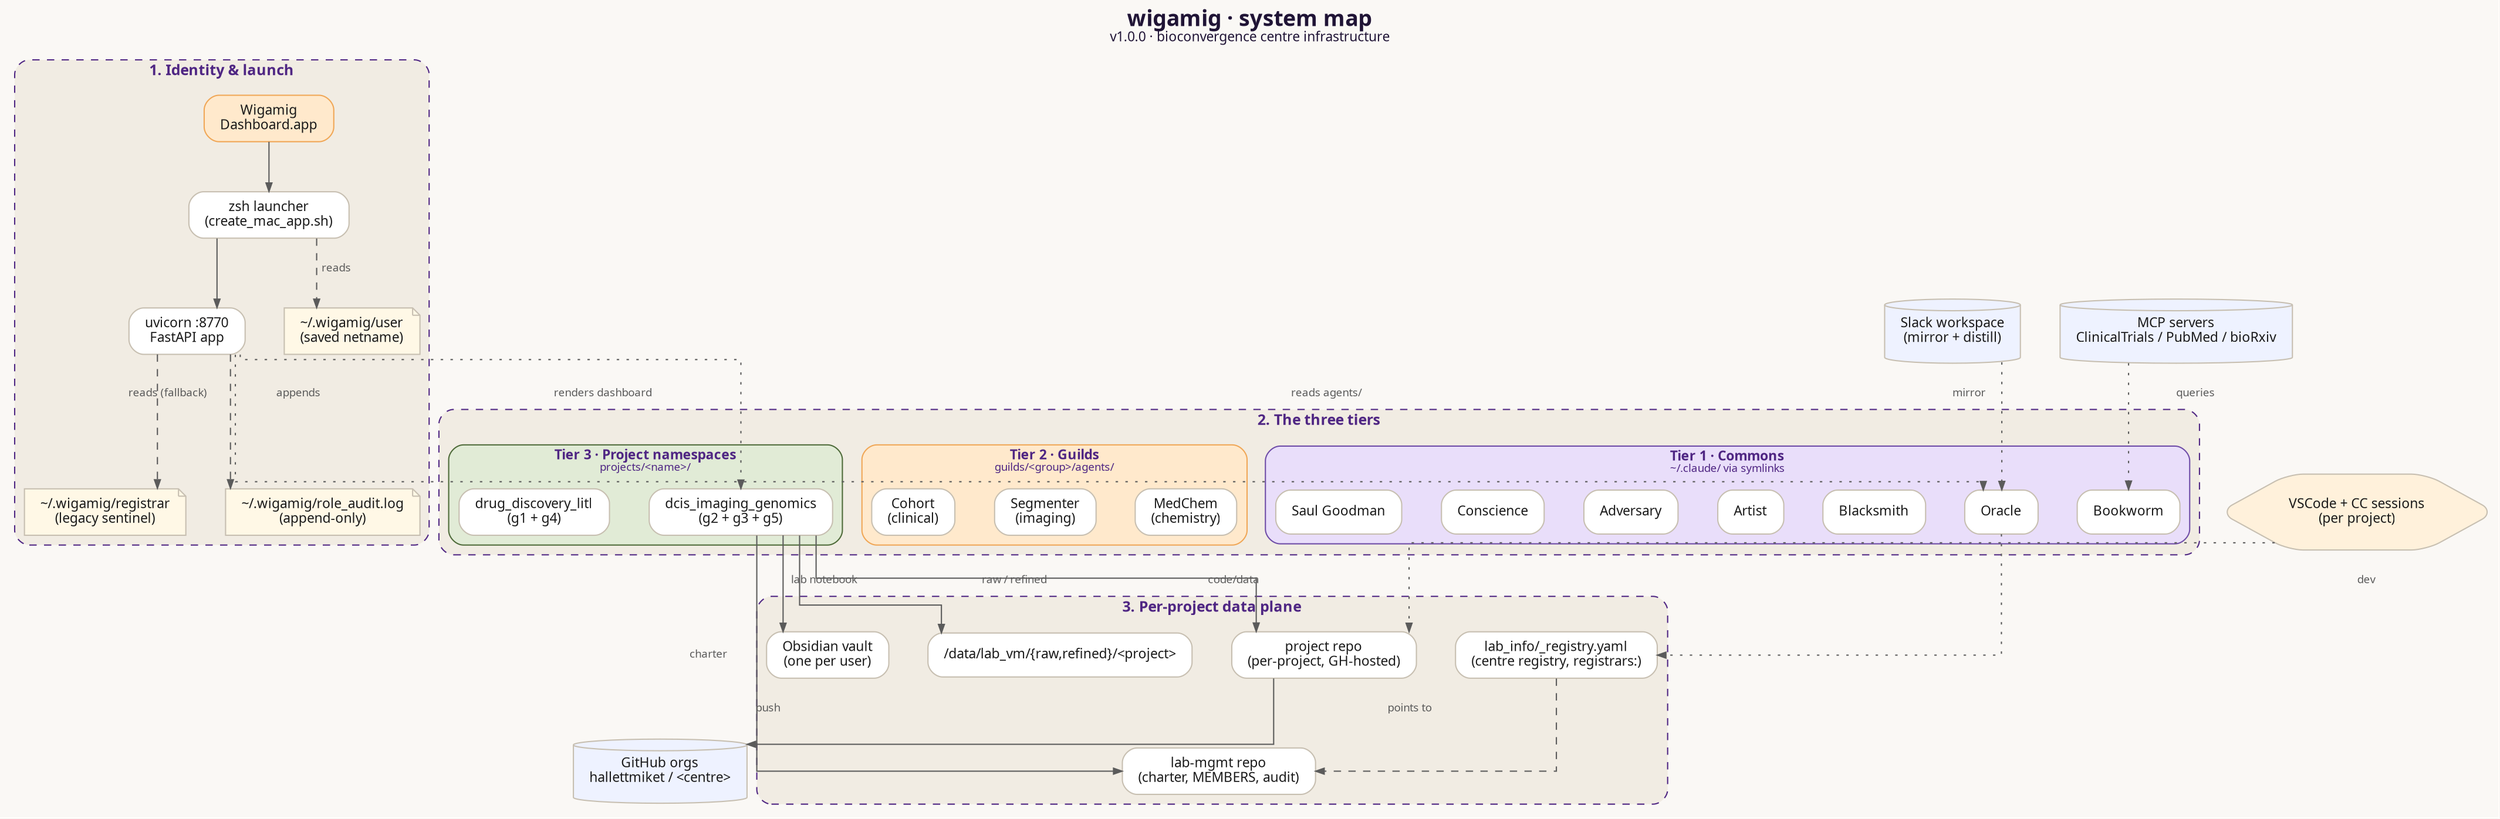
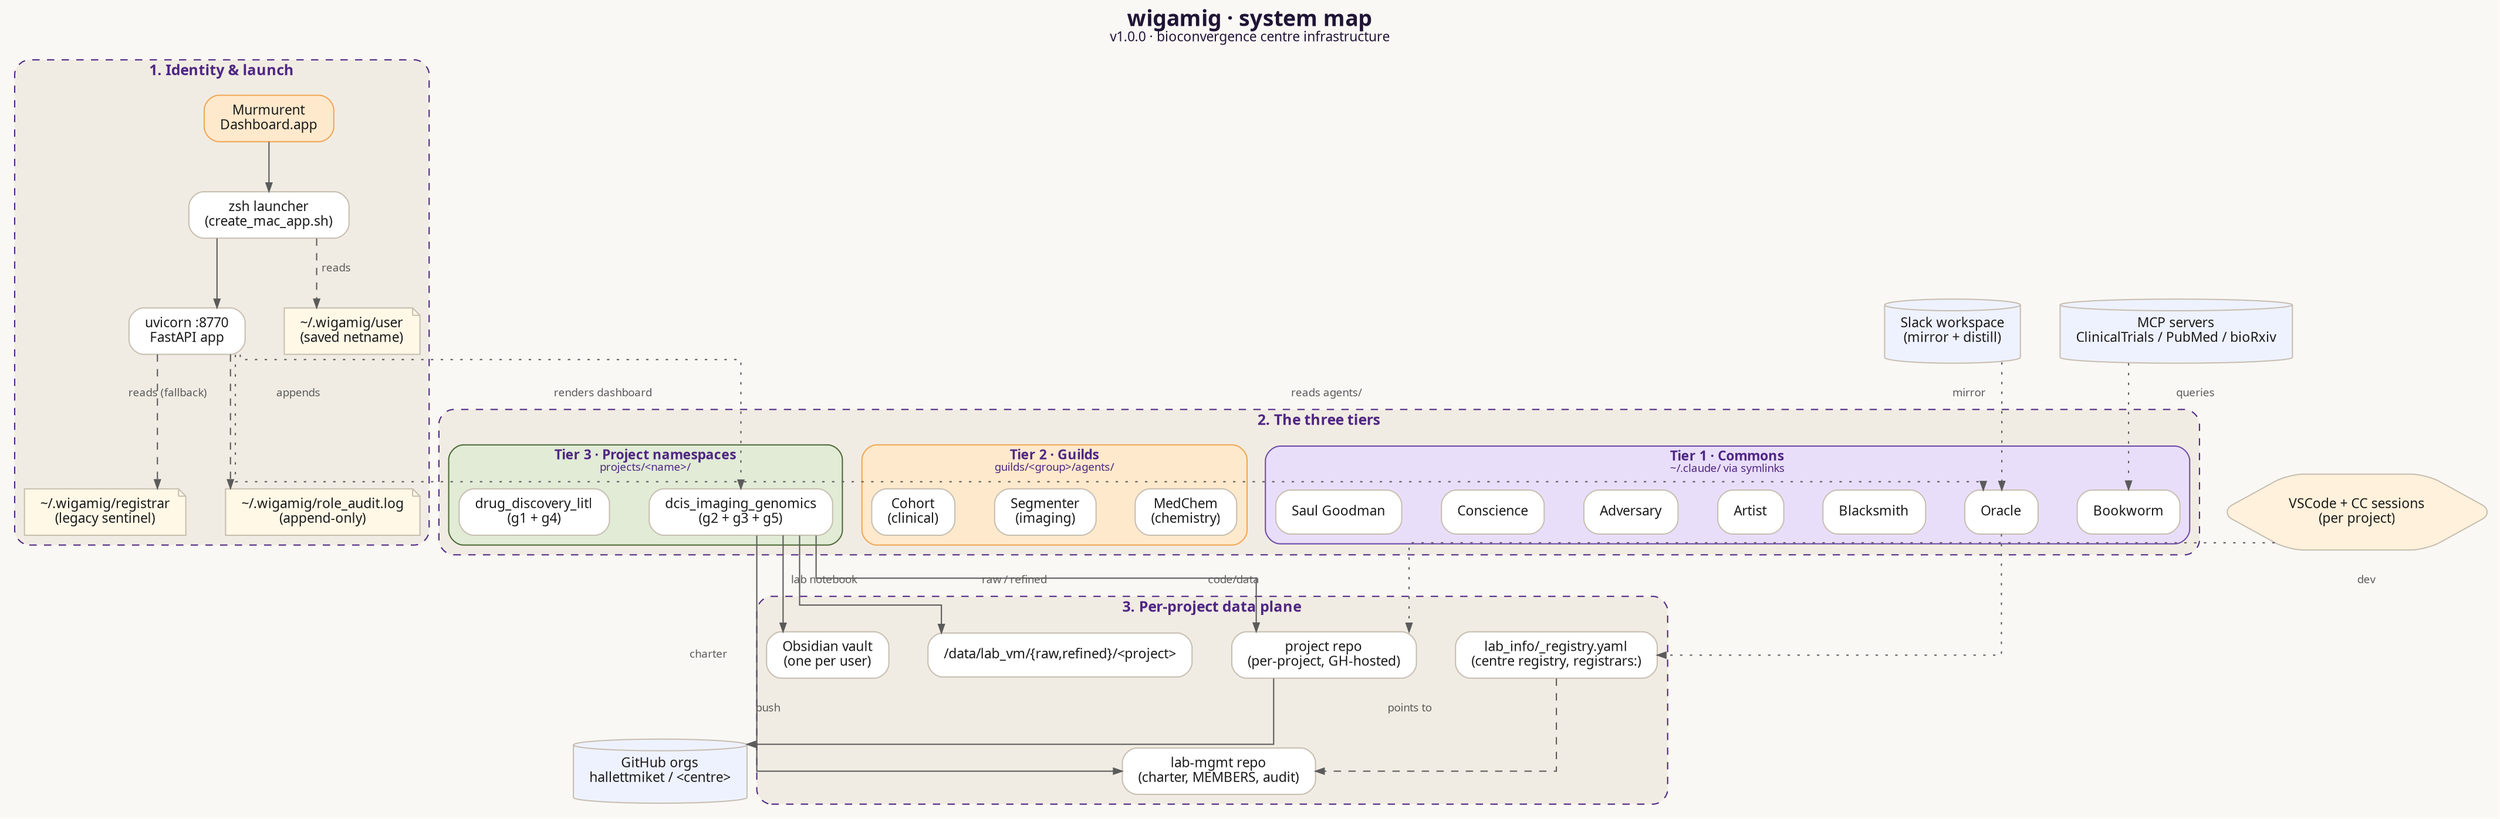
// Purpose: One-page system map of wigamig — identity & launch, the three
//          tiers (Commons / Guilds / Project namespaces), and the per-project
//          data plane. Companion to docs/diagrams/install_modes.dot which
//          drills into local-vs-biodatsci placement.
// Author:  Mike Hallett (with Claude Code)
// Date:    2026-05-13
// Render:  bash scripts/render_diagrams.sh

digraph wigamig_system_map {
  rankdir=TB;
  bgcolor="#FAF8F5";
  fontname="EB Garamond";
  labelloc="t";
  label=<<B>wigamig &middot; system map</B><BR/><FONT POINT-SIZE="11">v1.0.0 &middot; bioconvergence centre infrastructure</FONT>>;
  fontsize=18;
  fontcolor="#201436";
  splines=ortho;
  nodesep=0.45;
  ranksep=0.55;

  // Default node styling — squared-off, EB Garamond, Western purple/cream.
  node [
    shape=box,
    style="filled,rounded",
    fontname="EB Garamond",
    fontsize=11,
    fillcolor="#FFFFFF",
    color="#C7BFB1",
    fontcolor="#1A1A1A",
    margin="0.18,0.10",
  ];
  edge [
    color="#5B5B5B",
    fontname="Courier Prime",
    fontsize=9,
    fontcolor="#5B5B5B",
    arrowsize=0.7,
  ];

  // -----------------------------------------------------------------
  // Lane 1 — Identity & launch
  // -----------------------------------------------------------------
  subgraph cluster_launch {
    label=<<B>1. Identity &amp; launch</B>>;
    fontsize=12;
    fontcolor="#4F2683";
    color="#4F2683";
    style="rounded,dashed";
    bgcolor="#F1ECE3";

-     icon       [label="Wigamig\nDashboard.app",       fillcolor="#FFE9CC", color="#F0A757"];
+     icon       [label="Murmurent\nDashboard.app",       fillcolor="#FFE9CC", color="#F0A757"];
    launcher   [label="zsh launcher\n(create_mac_app.sh)"];
    uvicorn    [label="uvicorn :8770\nFastAPI app"];
    sentinel_user [label="~/.wigamig/user\n(saved netname)",     shape=note, fillcolor="#FFF8E6"];
    sentinel_reg  [label="~/.wigamig/registrar\n(legacy sentinel)", shape=note, fillcolor="#FFF8E6"];
    audit         [label="~/.wigamig/role_audit.log\n(append-only)", shape=note, fillcolor="#FFF8E6"];

    icon -> launcher -> uvicorn;
    launcher -> sentinel_user [style=dashed, label="reads"];
    uvicorn  -> audit         [style=dashed, label="appends"];
    uvicorn  -> sentinel_reg  [style=dashed, label="reads (fallback)"];
  }

  // -----------------------------------------------------------------
  // Lane 2 — Three tiers
  // -----------------------------------------------------------------
  subgraph cluster_tiers {
    label=<<B>2. The three tiers</B>>;
    fontsize=12;
    fontcolor="#4F2683";
    color="#4F2683";
    style="rounded,dashed";
    bgcolor="#F1ECE3";

    // Commons (Tier 1)
    subgraph cluster_commons {
      label=<<B>Tier 1 &middot; Commons</B><BR/><FONT POINT-SIZE="9">~/.claude/ via symlinks</FONT>>;
      fontsize=11;
      color="#6F4DA8";
      style="rounded,filled";
      fillcolor="#E9DEFA";
      oracle      [label="Oracle"];
      bookworm    [label="Bookworm"];
      blacksmith  [label="Blacksmith"];
      artist      [label="Artist"];
      adversary   [label="Adversary"];
      conscience  [label="Conscience"];
      saul        [label="Saul Goodman"];
    }

    // Guilds (Tier 2)
    subgraph cluster_guilds {
      label=<<B>Tier 2 &middot; Guilds</B><BR/><FONT POINT-SIZE="9">guilds/&lt;group&gt;/agents/</FONT>>;
      fontsize=11;
      color="#F0A757";
      style="rounded,filled";
      fillcolor="#FFE9CC";
      medchem     [label="MedChem\n(chemistry)"];
      segmenter   [label="Segmenter\n(imaging)"];
      cohort      [label="Cohort\n(clinical)"];
    }

    // Projects (Tier 3)
    subgraph cluster_projects {
      label=<<B>Tier 3 &middot; Project namespaces</B><BR/><FONT POINT-SIZE="9">projects/&lt;name&gt;/</FONT>>;
      fontsize=11;
      color="#4F6B3A";
      style="rounded,filled";
      fillcolor="#E1EBD6";
      proj1       [label="dcis_imaging_genomics\n(g2 + g3 + g5)"];
      proj2       [label="drug_discovery_litl\n(g1 + g4)"];
    }
  }

  // -----------------------------------------------------------------
  // Lane 3 — Per-project data plane
  // -----------------------------------------------------------------
  subgraph cluster_data {
    label=<<B>3. Per-project data plane</B>>;
    fontsize=12;
    fontcolor="#4F2683";
    color="#4F2683";
    style="rounded,dashed";
    bgcolor="#F1ECE3";

    lab_mgmt    [label="lab-mgmt repo\n(charter, MEMBERS, audit)",            fillcolor="#FFFFFF"];
    registry    [label="lab_info/_registry.yaml\n(centre registry, registrars:)", fillcolor="#FFFFFF"];
    proj_repo   [label="project repo\n(per-project, GH-hosted)",              fillcolor="#FFFFFF"];
    lab_vm      [label="/data/lab_vm/{raw,refined}/&lt;project&gt;",         fillcolor="#FFFFFF"];
    vault       [label="Obsidian vault\n(one per user)",                      fillcolor="#FFFFFF"];
  }

  // -----------------------------------------------------------------
  // External / sidebar nodes
  // -----------------------------------------------------------------
  github   [label="GitHub orgs\nhallettmiket / &lt;centre&gt;",      shape=cylinder, fillcolor="#EEF2FF"];
  slack    [label="Slack workspace\n(mirror + distill)",              shape=cylinder, fillcolor="#EEF2FF"];
  mcp      [label="MCP servers\nClinicalTrials / PubMed / bioRxiv",   shape=cylinder, fillcolor="#EEF2FF"];
  vscode   [label="VSCode + CC sessions\n(per project)",              shape=hexagon, fillcolor="#FFF1DB"];

  // -----------------------------------------------------------------
  // Connections across lanes
  // -----------------------------------------------------------------
  uvicorn  -> oracle       [lhead=cluster_commons, label="reads agents/", style=dotted];
  uvicorn  -> proj1        [lhead=cluster_projects, label="renders dashboard", style=dotted];

  proj1 -> lab_mgmt   [label="charter"];
  proj1 -> proj_repo  [label="code/data"];
  proj1 -> lab_vm     [label="raw / refined"];
  proj1 -> vault      [label="lab notebook"];
  proj_repo -> github [label="push"];

  registry -> lab_mgmt [style=dashed, label="points to"];
  oracle   -> registry [style=dotted];

  vscode  -> proj_repo  [style=dotted, label="dev"];
  slack   -> oracle     [style=dotted, label="mirror"];
  mcp     -> bookworm   [style=dotted, label="queries"];
}
